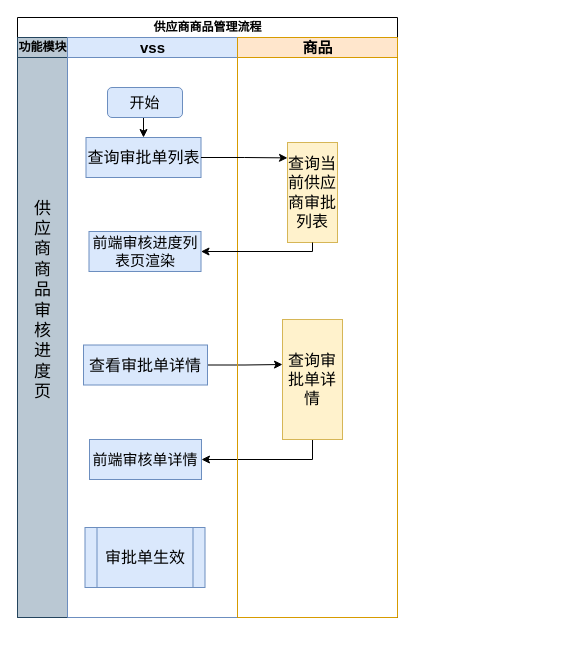
Before: page "第 4 页" (4 of 4) of 供应商商品管理.drawio in jiangtao2048/diagrams, a draw.io diagram. Source tidied: cells renumbered, new cells numbered last; positions are measured from the earlier drawing's top-left corner, leaving out a move shared by most shapes. Both pictures are drawn from the tidied source at 100%, with x=0, y=0 at pixel (-50, 17).
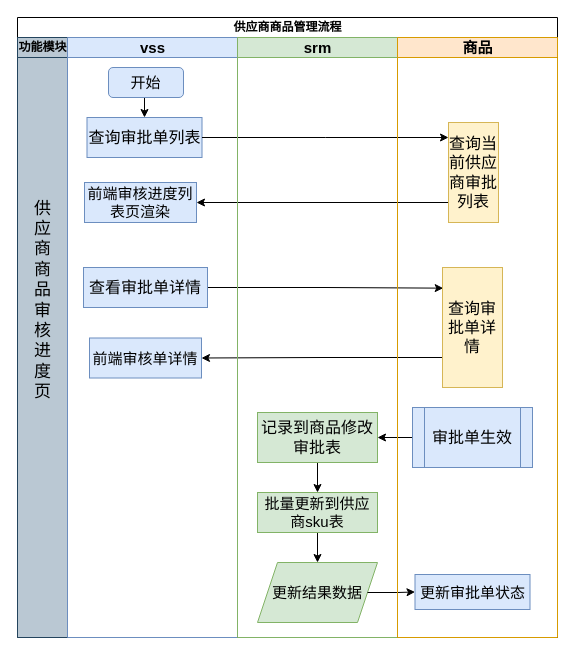
Above is the later version.

Change to the diagram source:
```diff
@@
     <mxCell id="2" value="供应商商品管理流程" style="swimlane;startSize=20;html=1;" parent="1" vertex="1">
-      <mxGeometry x="67" width="380" height="600" as="geometry" />
+      <mxGeometry x="67" width="540" height="620" as="geometry" />
     </mxCell>
     <mxCell id="3" value="&lt;font style=&quot;font-size: 12px;&quot;&gt;功能模块&lt;/font&gt;" style="swimlane;startSize=20;html=1;fillColor=#bac8d3;strokeColor=#23445d;labelBackgroundColor=none;fillStyle=auto;swimlaneFillColor=#BAC8D3;" parent="2" vertex="1">
-      <mxGeometry y="20" width="50" height="580" as="geometry" />
+      <mxGeometry y="20" width="50" height="600" as="geometry" />
     </mxCell>
@@
-    <mxCell id="5" style="edgeStyle=orthogonalEdgeStyle;rounded=0;jettySize=auto;html=1;exitX=1;exitY=0.5;exitDx=0;exitDy=0;entryX=0;entryY=0.375;entryDx=0;entryDy=0;entryPerimeter=0;" parent="2" edge="1" source="12" target="17">
+    <mxCell id="5" style="edgeStyle=orthogonalEdgeStyle;rounded=0;jettySize=auto;html=1;exitX=1;exitY=0.5;exitDx=0;exitDy=0;entryX=0.012;entryY=0.172;entryDx=0;entryDy=0;entryPerimeter=0;" parent="2" edge="1" source="12" target="17">
       <mxGeometry relative="1" as="geometry" />
     </mxCell>
-    <mxCell id="6" style="edgeStyle=orthogonalEdgeStyle;rounded=0;jettySize=auto;html=1;exitX=0.5;exitY=1;exitDx=0;exitDy=0;" parent="2" edge="1" source="17" target="13">
+    <mxCell id="6" style="edgeStyle=orthogonalEdgeStyle;rounded=0;jettySize=auto;html=1;exitX=0;exitY=0.75;exitDx=0;exitDy=0;" parent="2" edge="1" source="17" target="13">
       <mxGeometry relative="1" as="geometry" />
     </mxCell>
     <mxCell id="7" value="&lt;font style=&quot;font-size: 15px;&quot;&gt;vss&lt;/font&gt;" style="swimlane;startSize=20;html=1;fillColor=#dae8fc;strokeColor=#6c8ebf;" parent="2" vertex="1">
-      <mxGeometry x="50" y="20" width="170" height="580" as="geometry" />
+      <mxGeometry x="50" y="20" width="170" height="600" as="geometry" />
     </mxCell>
@@
     <mxCell id="9" value="&lt;font style=&quot;font-size: 15px;&quot;&gt;开始&lt;/font&gt;" style="rounded=1;whiteSpace=wrap;html=1;fillColor=#dae8fc;strokeColor=#6c8ebf;" parent="7" vertex="1">
-      <mxGeometry x="40" y="50" width="75" height="30" as="geometry" />
+      <mxGeometry x="41" y="30" width="75" height="30" as="geometry" />
     </mxCell>
     <mxCell id="10" value="&lt;font style=&quot;font-size: 16px;&quot;&gt;查询审批单列表&lt;/font&gt;" style="rounded=0;whiteSpace=wrap;html=1;fillColor=#dae8fc;strokeColor=#6c8ebf;" parent="7" vertex="1">
-      <mxGeometry x="18.5" y="100" width="115" height="40" as="geometry" />
+      <mxGeometry x="19.5" y="80" width="115" height="40" as="geometry" />
     </mxCell>
     <mxCell id="11" value="&lt;font style=&quot;font-size: 15px;&quot;&gt;前端审核进度列表页渲染&lt;/font&gt;" style="rounded=0;whiteSpace=wrap;html=1;fillColor=#dae8fc;strokeColor=#6c8ebf;" parent="7" vertex="1">
-      <mxGeometry x="21.5" y="194" width="112" height="40" as="geometry" />
+      <mxGeometry x="17" y="145" width="112" height="40" as="geometry" />
     </mxCell>
     <mxCell id="12" value="&lt;font style=&quot;font-size: 16px;&quot;&gt;查看审批单详情&lt;/font&gt;" style="rounded=0;whiteSpace=wrap;html=1;fillColor=#dae8fc;strokeColor=#6c8ebf;" parent="7" vertex="1">
-      <mxGeometry x="16" y="307.5" width="124" height="40" as="geometry" />
+      <mxGeometry x="16" y="230" width="124" height="40" as="geometry" />
     </mxCell>
     <mxCell id="13" value="&lt;font style=&quot;font-size: 15px;&quot;&gt;前端审核单详情&lt;/font&gt;" style="rounded=0;whiteSpace=wrap;html=1;fillColor=#dae8fc;strokeColor=#6c8ebf;" parent="7" vertex="1">
-      <mxGeometry x="22" y="402" width="112" height="40" as="geometry" />
+      <mxGeometry x="22" y="300.5" width="112" height="40" as="geometry" />
     </mxCell>
-    <mxCell id="14" value="&lt;font style=&quot;font-size: 16px;&quot;&gt;审批单生效&lt;/font&gt;" style="shape=process;whiteSpace=wrap;html=1;backgroundOutline=1;fillColor=#dae8fc;strokeColor=#6c8ebf;" parent="7" vertex="1">
-      <mxGeometry x="17.5" y="490" width="120" height="60" as="geometry" />
-    </mxCell>
+    <mxCell id="18" style="edgeStyle=orthogonalEdgeStyle;rounded=0;jettySize=auto;html=1;exitX=1;exitY=0.5;exitDx=0;exitDy=0;" parent="2" edge="1" source="10">
+      <mxGeometry relative="1" as="geometry">
+        <mxPoint x="431" y="120" as="targetPoint" />
+      </mxGeometry>
+    </mxCell>
+    <mxCell id="19" style="edgeStyle=orthogonalEdgeStyle;rounded=0;jettySize=auto;html=1;exitX=0;exitY=0.75;exitDx=0;exitDy=0;entryX=1;entryY=0.5;entryDx=0;entryDy=0;" parent="2" edge="1" source="16" target="11">
+      <mxGeometry relative="1" as="geometry">
+        <Array as="points">
+          <mxPoint x="431" y="185" />
+        </Array>
+      </mxGeometry>
+    </mxCell>
-    <mxCell id="15" value="&lt;font style=&quot;font-size: 15px;&quot;&gt;商品&lt;/font&gt;" style="swimlane;startSize=20;html=1;fillColor=#ffe6cc;strokeColor=#d79b00;" parent="2" vertex="1">
-      <mxGeometry x="220" y="20" width="160" height="580" as="geometry" />
+    <mxCell id="15" value="&lt;font style=&quot;font-size: 15px;&quot;&gt;srm&lt;/font&gt;" style="swimlane;startSize=20;html=1;fillColor=#d5e8d4;strokeColor=#82b366;" parent="2" vertex="1">
+      <mxGeometry x="220" y="20" width="160" height="600" as="geometry" />
     </mxCell>
+    <mxCell id="20" style="edgeStyle=orthogonalEdgeStyle;rounded=0;jettySize=auto;html=1;" parent="15" edge="1" source="21" target="23">
+      <mxGeometry relative="1" as="geometry" />
+    </mxCell>
+    <mxCell id="21" value="&lt;font style=&quot;font-size: 16px;&quot;&gt;记录到商品修改审批表&lt;/font&gt;" style="rounded=0;whiteSpace=wrap;html=1;fillColor=#d5e8d4;strokeColor=#82b366;" parent="15" vertex="1">
+      <mxGeometry x="20" y="375" width="120" height="50" as="geometry" />
+    </mxCell>
+    <mxCell id="22" style="edgeStyle=orthogonalEdgeStyle;rounded=0;jettySize=auto;html=1;exitX=0.5;exitY=1;exitDx=0;exitDy=0;" parent="15" edge="1" source="23" target="24">
+      <mxGeometry relative="1" as="geometry" />
+    </mxCell>
+    <mxCell id="23" value="&lt;font style=&quot;font-size: 15px;&quot;&gt;批量更新到供应商sku表&lt;/font&gt;" style="whiteSpace=wrap;html=1;rounded=0;fillColor=#d5e8d4;strokeColor=#82b366;" parent="15" vertex="1">
+      <mxGeometry x="20" y="455" width="120" height="40" as="geometry" />
+    </mxCell>
+    <mxCell id="24" value="&lt;font style=&quot;font-size: 15px;&quot;&gt;更新结果数据&lt;/font&gt;" style="shape=parallelogram;perimeter=parallelogramPerimeter;whiteSpace=wrap;html=1;fixedSize=1;fillColor=#d5e8d4;strokeColor=#82b366;" parent="15" vertex="1">
+      <mxGeometry x="20" y="525" width="120" height="60" as="geometry" />
+    </mxCell>
+    <mxCell id="25" style="edgeStyle=orthogonalEdgeStyle;rounded=0;jettySize=auto;html=1;exitX=1;exitY=0.5;exitDx=0;exitDy=0;" parent="2" edge="1" source="24" target="28">
+      <mxGeometry relative="1" as="geometry" />
+    </mxCell>
+    <mxCell id="26" style="edgeStyle=orthogonalEdgeStyle;rounded=0;jettySize=auto;html=1;exitX=0;exitY=0.5;exitDx=0;exitDy=0;" parent="2" edge="1" source="14" target="21">
+      <mxGeometry relative="1" as="geometry" />
+    </mxCell>
+    <mxCell id="27" value="&lt;font style=&quot;font-size: 15px;&quot;&gt;商品&lt;/font&gt;" style="swimlane;startSize=20;html=1;fillColor=#ffe6cc;strokeColor=#d79b00;" parent="2" vertex="1">
+      <mxGeometry x="380" y="20" width="160" height="600" as="geometry" />
+    </mxCell>
-    <mxCell id="16" value="&lt;font style=&quot;font-size: 16px;&quot;&gt;查询当前供应商审批列表&lt;/font&gt;" style="rounded=0;whiteSpace=wrap;html=1;fillColor=#fff2cc;strokeColor=#d6b656;" parent="15" vertex="1">
-      <mxGeometry x="50" y="105" width="50" height="100" as="geometry" />
+    <mxCell id="16" value="&lt;font style=&quot;font-size: 16px;&quot;&gt;查询当前供应商审批列表&lt;/font&gt;" style="rounded=0;whiteSpace=wrap;html=1;fillColor=#fff2cc;strokeColor=#d6b656;" parent="27" vertex="1">
+      <mxGeometry x="51" y="85" width="50" height="100" as="geometry" />
     </mxCell>
-    <mxCell id="17" value="&lt;font style=&quot;font-size: 16px;&quot;&gt;查询审批单详情&lt;/font&gt;" style="rounded=0;whiteSpace=wrap;html=1;fillColor=#fff2cc;strokeColor=#d6b656;" parent="15" vertex="1">
-      <mxGeometry x="45" y="282" width="60" height="120" as="geometry" />
+    <mxCell id="17" value="&lt;font style=&quot;font-size: 16px;&quot;&gt;查询审批单详情&lt;/font&gt;" style="rounded=0;whiteSpace=wrap;html=1;fillColor=#fff2cc;strokeColor=#d6b656;" parent="27" vertex="1">
+      <mxGeometry x="45" y="230" width="60" height="120" as="geometry" />
     </mxCell>
-    <mxCell id="18" style="edgeStyle=orthogonalEdgeStyle;rounded=0;jettySize=auto;html=1;exitX=1;exitY=0.5;exitDx=0;exitDy=0;entryX=0;entryY=0.154;entryDx=0;entryDy=0;entryPerimeter=0;" parent="2" edge="1" source="10" target="16">
-      <mxGeometry relative="1" as="geometry" />
-    </mxCell>
-    <mxCell id="19" style="edgeStyle=orthogonalEdgeStyle;rounded=0;jettySize=auto;html=1;exitX=0.5;exitY=1;exitDx=0;exitDy=0;entryX=1;entryY=0.5;entryDx=0;entryDy=0;" parent="2" edge="1" source="16" target="11">
-      <mxGeometry relative="1" as="geometry">
-        <Array as="points">
-          <mxPoint x="295" y="234" />
-        </Array>
-      </mxGeometry>
-    </mxCell>
+    <mxCell id="14" value="&lt;font style=&quot;font-size: 16px;&quot;&gt;审批单生效&lt;/font&gt;" style="shape=process;whiteSpace=wrap;html=1;backgroundOutline=1;fillColor=#dae8fc;strokeColor=#6c8ebf;" parent="27" vertex="1">
+      <mxGeometry x="15" y="370" width="120" height="60" as="geometry" />
+    </mxCell>
+    <mxCell id="28" value="&lt;font style=&quot;font-size: 15px;&quot;&gt;更新审批单状态&lt;/font&gt;" style="whiteSpace=wrap;html=1;fillColor=#dae8fc;strokeColor=#6c8ebf;" parent="27" vertex="1">
+      <mxGeometry x="17.5" y="537" width="115" height="35" as="geometry" />
+    </mxCell>
```
